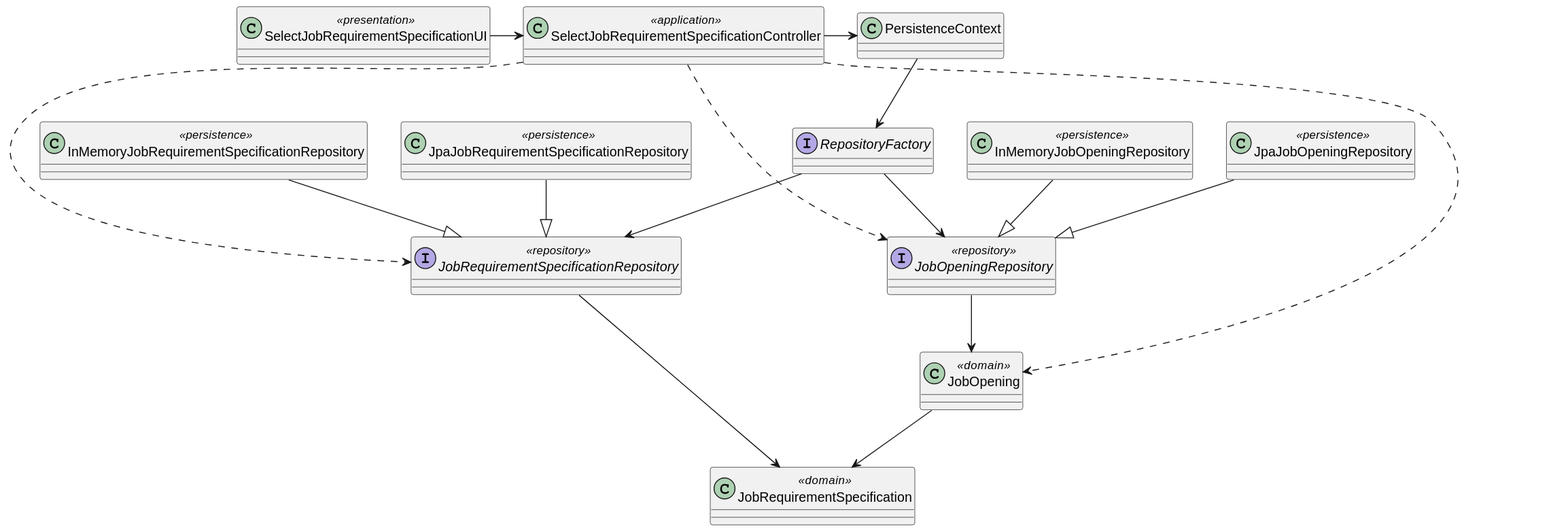
This is docs/SprintB/us1009/CD/CD.svg from Rodrick0209/ISEP-SEM4PI-23-24, a PlantUML export, as it was before one commit.
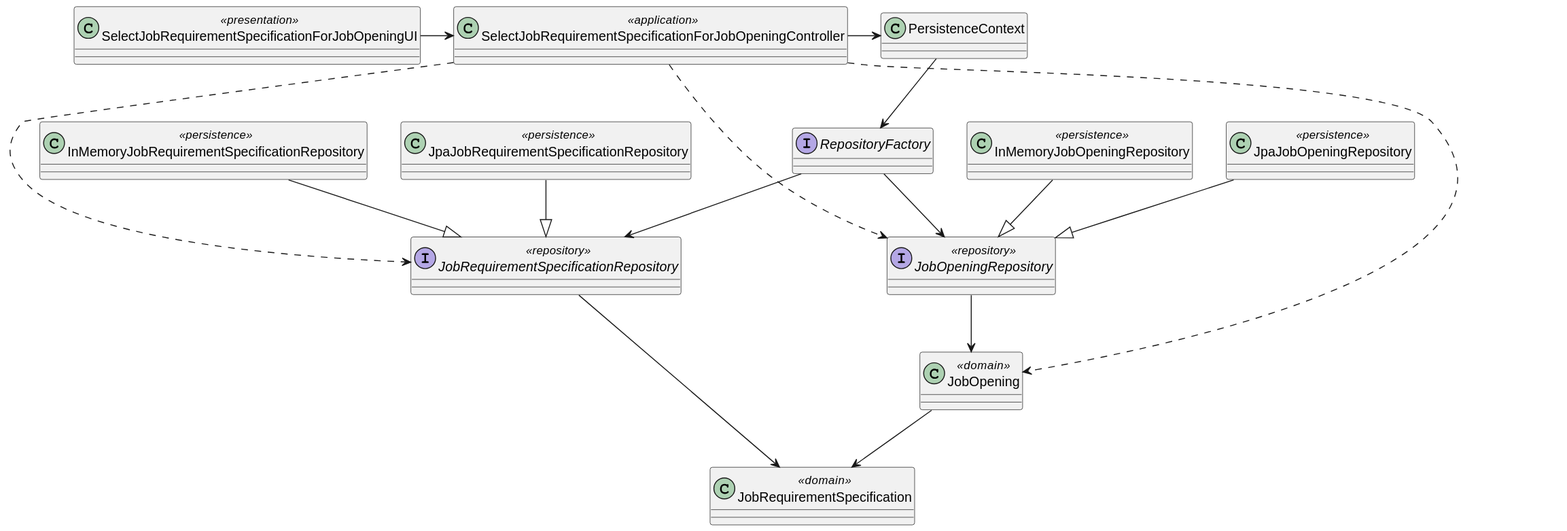
The same file after the commit.

Diff of the diagram source:
```diff
@@ -1,7 +1,7 @@
 @startuml
 
-class SelectJobRequirementSpecificationUI <<presentation>>
-class SelectJobRequirementSpecificationController <<application>>
+class SelectJobRequirementSpecificationForJobOpeningUI <<presentation>>
+class SelectJobRequirementSpecificationForJobOpeningController <<application>>
 class PersistenceContext
 interface RepositoryFactory
 interface JobOpeningRepository <<repository>>
@@ -13,14 +13,14 @@
 class JobOpening <<domain>>
 class JobRequirementSpecification <<domain>>
 
-SelectJobRequirementSpecificationUI -> SelectJobRequirementSpecificationController
-SelectJobRequirementSpecificationController -> PersistenceContext
+SelectJobRequirementSpecificationForJobOpeningUI -> SelectJobRequirementSpecificationForJobOpeningController
+SelectJobRequirementSpecificationForJobOpeningController -> PersistenceContext
 PersistenceContext --> RepositoryFactory
-SelectJobRequirementSpecificationController ..> JobOpeningRepository
-SelectJobRequirementSpecificationController ..> JobRequirementSpecificationRepository
+SelectJobRequirementSpecificationForJobOpeningController ..> JobOpeningRepository
+SelectJobRequirementSpecificationForJobOpeningController ..> JobRequirementSpecificationRepository
 RepositoryFactory --> JobOpeningRepository
 RepositoryFactory --> JobRequirementSpecificationRepository
-SelectJobRequirementSpecificationController ..> JobOpening
+SelectJobRequirementSpecificationForJobOpeningController ..> JobOpening
 JobOpeningRepository --> JobOpening
 JobRequirementSpecificationRepository --> JobRequirementSpecification
 JpaJobOpeningRepository --|> JobOpeningRepository
```
